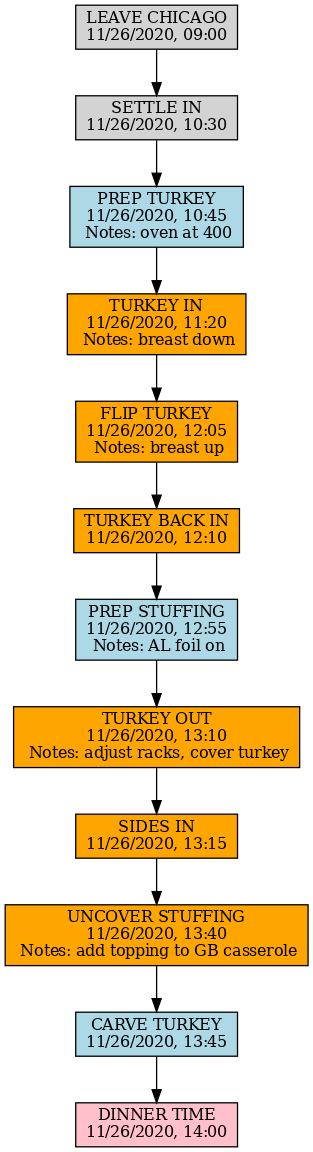
Above: outputs/timeline-graph.gv.png in milesjwinter/thanksgiving_timeline (Graphviz), before the change. Its source is kept beside it as outputs/timeline-graph.gv.
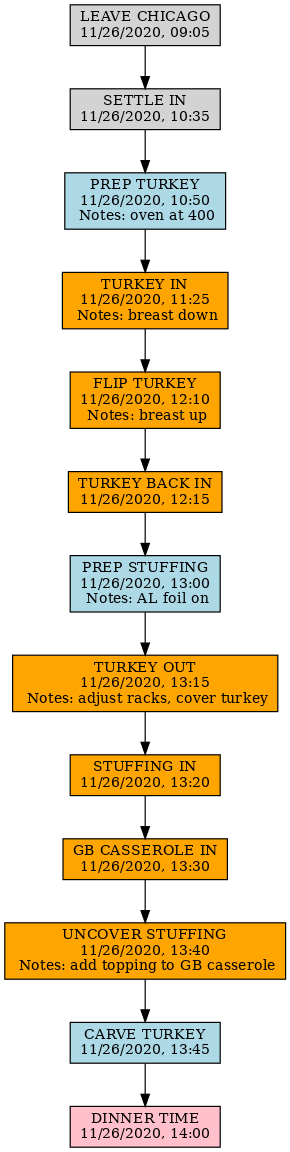
Later version of the same file.

Change to the diagram source:
```diff
@@ -2,44 +2,47 @@
 	graph [size="12,12"]
 	node [align=left fontsize=12 height=0.2 ranksep=0.1 shape=box style=filled]
 	0 [label="LEAVE CHICAGO
-11/26/2020, 09:00"]
+11/26/2020, 09:05"]
 	0 -> 1
 	1 [label="SETTLE IN
-11/26/2020, 10:30"]
+11/26/2020, 10:35"]
 	1 -> 2
 	2 [label="PREP TURKEY
-11/26/2020, 10:45
+11/26/2020, 10:50
  Notes: oven at 400" fillcolor=lightblue]
 	2 -> 3
 	3 [label="TURKEY IN
-11/26/2020, 11:20
+11/26/2020, 11:25
  Notes: breast down" fillcolor=orange]
 	3 -> 4
 	4 [label="FLIP TURKEY
-11/26/2020, 12:05
+11/26/2020, 12:10
  Notes: breast up" fillcolor=orange]
 	4 -> 5
 	5 [label="TURKEY BACK IN
-11/26/2020, 12:10" fillcolor=orange]
+11/26/2020, 12:15" fillcolor=orange]
 	5 -> 6
 	6 [label="PREP STUFFING
-11/26/2020, 12:55
+11/26/2020, 13:00
  Notes: AL foil on" fillcolor=lightblue]
 	6 -> 7
 	7 [label="TURKEY OUT
-11/26/2020, 13:10
+11/26/2020, 13:15
  Notes: adjust racks, cover turkey" fillcolor=orange]
 	7 -> 8
-	8 [label="SIDES IN
-11/26/2020, 13:15" fillcolor=orange]
+	8 [label="STUFFING IN
+11/26/2020, 13:20" fillcolor=orange]
 	8 -> 9
-	9 [label="UNCOVER STUFFING
+	9 [label="GB CASSEROLE IN
+11/26/2020, 13:30" fillcolor=orange]
+	9 -> 10
+	10 [label="UNCOVER STUFFING
 11/26/2020, 13:40
  Notes: add topping to GB casserole" fillcolor=orange]
-	9 -> 10
-	10 [label="CARVE TURKEY
+	10 -> 11
+	11 [label="CARVE TURKEY
 11/26/2020, 13:45" fillcolor=lightblue]
-	10 -> 11
-	11 [label="DINNER TIME
+	11 -> 12
+	12 [label="DINNER TIME
 11/26/2020, 14:00" fillcolor=pink]
 }
```
